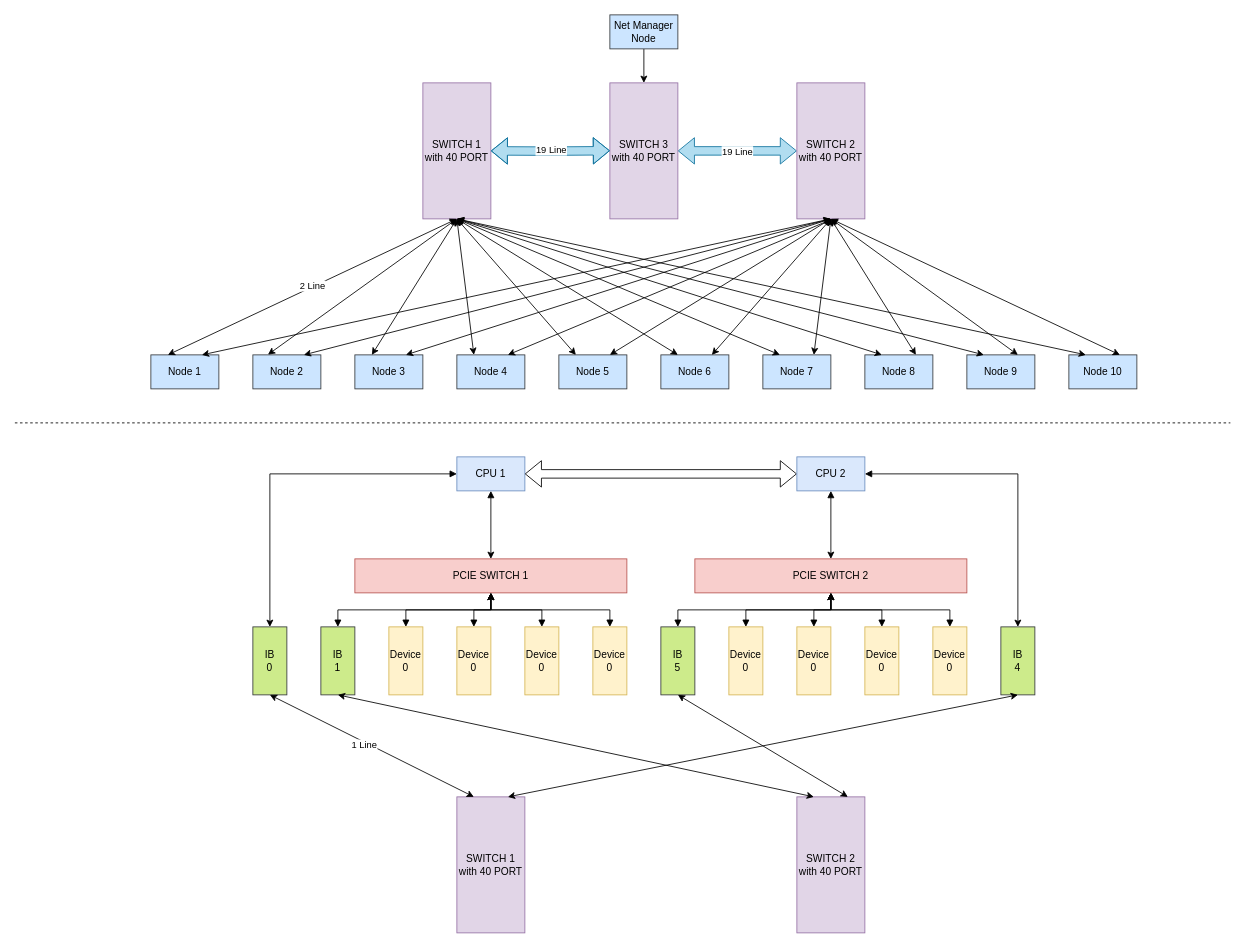
This is YanchenTopo.drawio from BEYHHH/SBLP, a draw.io file, before an edit. Source tidied: cells renumbered, new cells numbered last; positions are measured from the earlier drawing's top-left corner, leaving out a move shared by most shapes. Both pictures are drawn from the tidied source at 85%, with x=0, y=0 at pixel (14, 14).
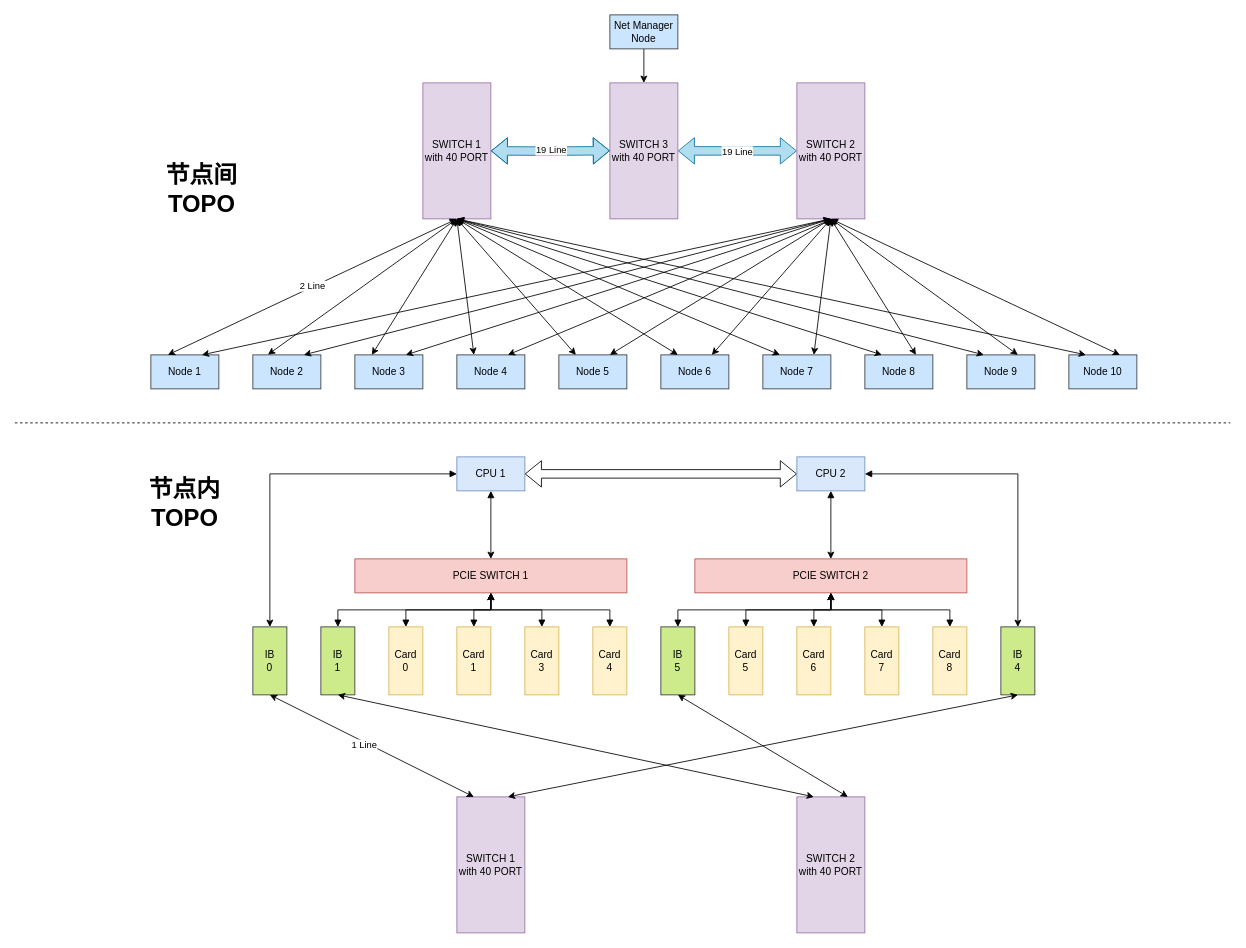
After the change.

What changed in the source:
```diff
@@
-    <mxCell id="48" value="Device 0" style="rounded=0;whiteSpace=wrap;html=1;fillColor=#fff2cc;strokeColor=#d6b656;" parent="1" vertex="1">
+    <mxCell id="48" value="Card&lt;br&gt;0" style="rounded=0;whiteSpace=wrap;html=1;fillColor=#fff2cc;strokeColor=#d6b656;" parent="1" vertex="1">
       <mxGeometry x="440" y="720" width="40" height="80" as="geometry" />
     </mxCell>
@@
-    <mxCell id="50" value="Device 0" style="rounded=0;whiteSpace=wrap;html=1;fillColor=#fff2cc;strokeColor=#d6b656;" parent="1" vertex="1">
+    <mxCell id="50" value="Card&lt;br style=&quot;border-color: var(--border-color);&quot;&gt;1" style="rounded=0;whiteSpace=wrap;html=1;fillColor=#fff2cc;strokeColor=#d6b656;" parent="1" vertex="1">
       <mxGeometry x="520" y="720" width="40" height="80" as="geometry" />
     </mxCell>
@@
-    <mxCell id="52" value="Device 0" style="rounded=0;whiteSpace=wrap;html=1;fillColor=#fff2cc;strokeColor=#d6b656;" parent="1" vertex="1">
+    <mxCell id="52" value="Card&lt;br style=&quot;border-color: var(--border-color);&quot;&gt;3" style="rounded=0;whiteSpace=wrap;html=1;fillColor=#fff2cc;strokeColor=#d6b656;" parent="1" vertex="1">
       <mxGeometry x="600" y="720" width="40" height="80" as="geometry" />
     </mxCell>
@@
-    <mxCell id="54" value="Device 0" style="rounded=0;whiteSpace=wrap;html=1;fillColor=#fff2cc;strokeColor=#d6b656;" parent="1" vertex="1">
+    <mxCell id="54" value="Card&lt;br style=&quot;border-color: var(--border-color);&quot;&gt;4" style="rounded=0;whiteSpace=wrap;html=1;fillColor=#fff2cc;strokeColor=#d6b656;" parent="1" vertex="1">
       <mxGeometry x="680" y="720" width="40" height="80" as="geometry" />
     </mxCell>
@@
-    <mxCell id="58" value="Device 0" style="rounded=0;whiteSpace=wrap;html=1;fillColor=#fff2cc;strokeColor=#d6b656;" parent="1" vertex="1">
+    <mxCell id="58" value="Card&lt;br style=&quot;border-color: var(--border-color);&quot;&gt;5" style="rounded=0;whiteSpace=wrap;html=1;fillColor=#fff2cc;strokeColor=#d6b656;" parent="1" vertex="1">
       <mxGeometry x="840" y="720" width="40" height="80" as="geometry" />
     </mxCell>
@@
-    <mxCell id="60" value="Device 0" style="rounded=0;whiteSpace=wrap;html=1;fillColor=#fff2cc;strokeColor=#d6b656;" parent="1" vertex="1">
+    <mxCell id="60" value="Card&lt;br style=&quot;border-color: var(--border-color);&quot;&gt;6" style="rounded=0;whiteSpace=wrap;html=1;fillColor=#fff2cc;strokeColor=#d6b656;" parent="1" vertex="1">
       <mxGeometry x="920" y="720" width="40" height="80" as="geometry" />
     </mxCell>
@@
-    <mxCell id="62" value="Device 0" style="rounded=0;whiteSpace=wrap;html=1;fillColor=#fff2cc;strokeColor=#d6b656;" parent="1" vertex="1">
+    <mxCell id="62" value="Card&lt;br style=&quot;border-color: var(--border-color);&quot;&gt;7" style="rounded=0;whiteSpace=wrap;html=1;fillColor=#fff2cc;strokeColor=#d6b656;" parent="1" vertex="1">
       <mxGeometry x="1000" y="720" width="40" height="80" as="geometry" />
     </mxCell>
@@
-    <mxCell id="64" value="Device 0" style="rounded=0;whiteSpace=wrap;html=1;fillColor=#fff2cc;strokeColor=#d6b656;" parent="1" vertex="1">
+    <mxCell id="64" value="Card&lt;br style=&quot;border-color: var(--border-color);&quot;&gt;8" style="rounded=0;whiteSpace=wrap;html=1;fillColor=#fff2cc;strokeColor=#d6b656;" parent="1" vertex="1">
       <mxGeometry x="1080" y="720" width="40" height="80" as="geometry" />
     </mxCell>
@@
+    <mxCell id="81" value="&lt;font style=&quot;font-size: 28px;&quot;&gt;&lt;b&gt;节点间TOPO&lt;/b&gt;&lt;/font&gt;" style="text;html=1;strokeColor=none;fillColor=none;align=center;verticalAlign=middle;whiteSpace=wrap;rounded=0;" parent="1" vertex="1">
+      <mxGeometry x="150" y="190" width="140" height="30" as="geometry" />
+    </mxCell>
+    <mxCell id="82" value="&lt;font style=&quot;font-size: 28px;&quot;&gt;&lt;b&gt;节点内&lt;br&gt;TOPO&lt;/b&gt;&lt;/font&gt;" style="text;html=1;strokeColor=none;fillColor=none;align=center;verticalAlign=middle;whiteSpace=wrap;rounded=0;" parent="1" vertex="1">
+      <mxGeometry x="130" y="560" width="140" height="30" as="geometry" />
+    </mxCell>
```
